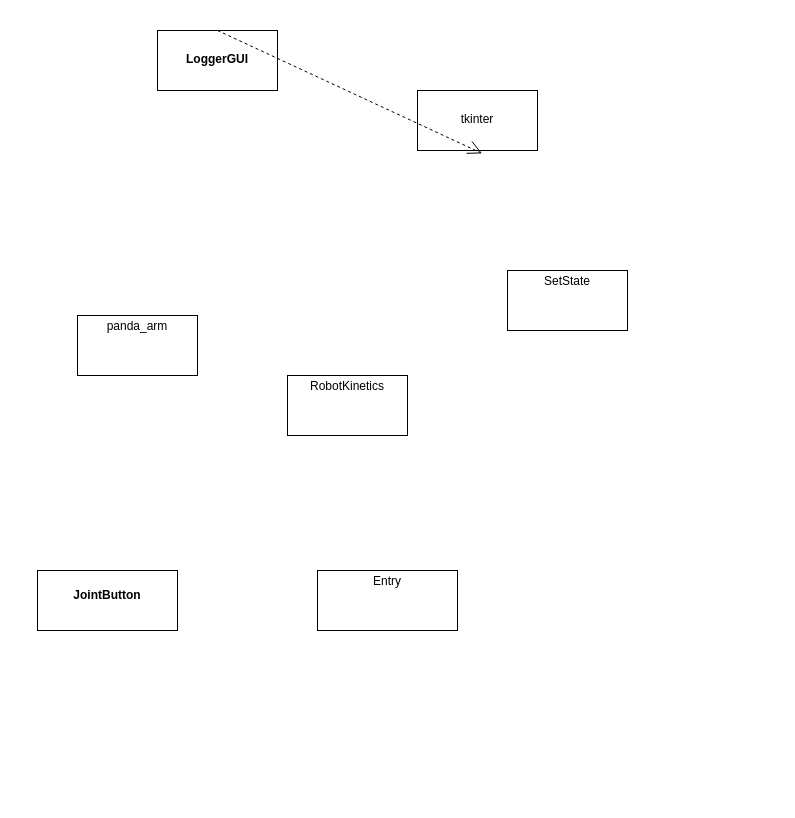
This is exp-py/panda-arm/rough_design.drawio from ksdngz/robo-sim, a draw.io file, before an edit. Source tidied: cells renumbered, new cells numbered last; positions are measured from the earlier drawing's top-left corner, leaving out a move shared by most shapes. Both pictures are drawn from the tidied source at 100%, with x=0, y=0 at pixel (37, 30).
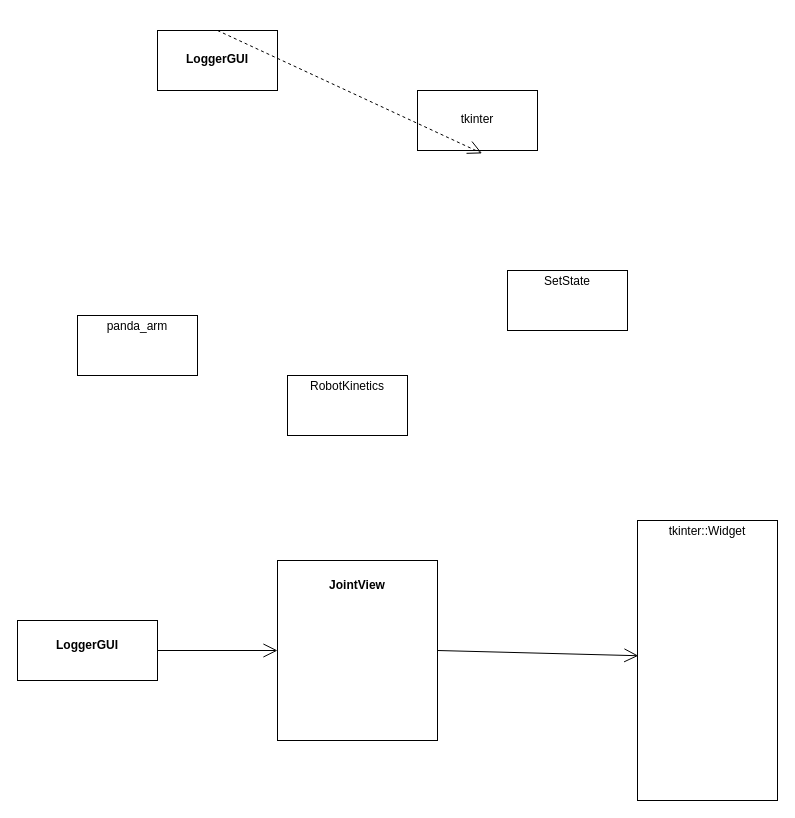
After the change.

Commit message (it also covers changes not shown here):
Added joint views in LoggerGUI

Change to the diagram source:
```diff
@@
 <mxGraphModel>
   <root>
     <mxCell id="0" />
     <mxCell id="1" parent="0" />
     <mxCell id="2" value="&lt;p style=&quot;margin:0px;margin-top:4px;text-align:center;&quot;&gt;&lt;b&gt;&lt;br&gt;&lt;/b&gt;&lt;/p&gt;&lt;p style=&quot;margin:0px;margin-top:4px;text-align:center;&quot;&gt;&lt;b&gt;LoggerGUI&lt;br&gt;&lt;/b&gt;&lt;/p&gt;" style="verticalAlign=top;align=left;overflow=fill;html=1;whiteSpace=wrap;" parent="1" vertex="1">
       <mxGeometry x="120" width="120" height="60" as="geometry" />
     </mxCell>
     <mxCell id="3" value="&lt;p style=&quot;margin:0px;margin-top:4px;text-align:center;&quot;&gt;&lt;br&gt;&lt;/p&gt;&lt;p style=&quot;margin:0px;margin-top:4px;text-align:center;&quot;&gt;tkinter&lt;/p&gt;&lt;p style=&quot;margin:0px;margin-top:4px;text-align:center;&quot;&gt;&lt;br&gt;&lt;/p&gt;" style="verticalAlign=top;align=left;overflow=fill;html=1;whiteSpace=wrap;" parent="1" vertex="1">
       <mxGeometry x="380" y="60" width="120" height="60" as="geometry" />
     </mxCell>
     <mxCell id="4" value="&lt;div&gt;&lt;br&gt;&lt;/div&gt;&lt;div&gt;&lt;br&gt;&lt;/div&gt;" style="endArrow=open;endSize=12;dashed=1;html=1;rounded=0;entryX=0.538;entryY=1.048;entryDx=0;entryDy=0;entryPerimeter=0;exitX=0.5;exitY=0;exitDx=0;exitDy=0;" parent="1" edge="1" source="2" target="3">
       <mxGeometry relative="1" as="geometry" />
     </mxCell>
     <mxCell id="5" value="&lt;p style=&quot;margin:0px;margin-top:4px;text-align:center;&quot;&gt;SetState&lt;/p&gt;" style="verticalAlign=top;align=left;overflow=fill;html=1;whiteSpace=wrap;" parent="1" vertex="1">
       <mxGeometry x="470" y="240" width="120" height="60" as="geometry" />
     </mxCell>
     <mxCell id="6" value="&lt;p style=&quot;margin:0px;margin-top:4px;text-align:center;&quot;&gt;panda_arm&lt;/p&gt;" style="verticalAlign=top;align=left;overflow=fill;html=1;whiteSpace=wrap;" parent="1" vertex="1">
       <mxGeometry x="40" y="285" width="120" height="60" as="geometry" />
     </mxCell>
     <mxCell id="7" value="&lt;p style=&quot;margin:0px;margin-top:4px;text-align:center;&quot;&gt;RobotKinetics&lt;/p&gt;" style="verticalAlign=top;align=left;overflow=fill;html=1;whiteSpace=wrap;" parent="1" vertex="1">
       <mxGeometry x="250" y="345" width="120" height="60" as="geometry" />
     </mxCell>
-    <mxCell id="8" value="&lt;p style=&quot;margin:0px;margin-top:4px;text-align:center;&quot;&gt;&lt;br&gt;&lt;b&gt;JointButton&lt;/b&gt;&lt;/p&gt;" style="verticalAlign=top;align=left;overflow=fill;html=1;whiteSpace=wrap;" parent="1" vertex="1">
-      <mxGeometry y="540" width="140" height="60" as="geometry" />
+    <mxCell id="8" value="&lt;p style=&quot;margin:0px;margin-top:4px;text-align:center;&quot;&gt;&lt;br&gt;&lt;b&gt;JointView&lt;/b&gt;&lt;/p&gt;" style="verticalAlign=top;align=left;overflow=fill;html=1;whiteSpace=wrap;" parent="1" vertex="1">
+      <mxGeometry x="240" y="530" width="160" height="180" as="geometry" />
     </mxCell>
-    <mxCell id="9" value="&lt;p style=&quot;margin:0px;margin-top:4px;text-align:center;&quot;&gt;Entry&lt;/p&gt;" style="verticalAlign=top;align=left;overflow=fill;html=1;whiteSpace=wrap;" parent="1" vertex="1">
-      <mxGeometry x="280" y="540" width="140" height="60" as="geometry" />
+    <mxCell id="9" value="&lt;p style=&quot;margin:0px;margin-top:4px;text-align:center;&quot;&gt;tkinter::Widget&lt;/p&gt;" style="verticalAlign=top;align=left;overflow=fill;html=1;whiteSpace=wrap;" parent="1" vertex="1">
+      <mxGeometry x="600" y="490" width="140" height="280" as="geometry" />
     </mxCell>
+    <mxCell id="10" value="&lt;p style=&quot;margin:0px;margin-top:4px;text-align:center;&quot;&gt;&lt;br&gt;&lt;b&gt;LoggerGUI&lt;/b&gt;&lt;/p&gt;" style="verticalAlign=top;align=left;overflow=fill;html=1;whiteSpace=wrap;" parent="1" vertex="1">
+      <mxGeometry x="-20" y="590" width="140" height="60" as="geometry" />
+    </mxCell>
+    <mxCell id="11" style="endArrow=open;endFill=1;endSize=12;html=1;rounded=0;entryX=0;entryY=0.5;entryDx=0;entryDy=0;exitX=1;exitY=0.5;exitDx=0;exitDy=0;" parent="1" edge="1" source="10" target="8">
+      <mxGeometry relative="1" as="geometry" />
+    </mxCell>
+    <mxCell id="12" style="endArrow=open;endFill=1;endSize=12;html=1;rounded=0;entryX=0.006;entryY=0.483;entryDx=0;entryDy=0;exitX=1;exitY=0.5;exitDx=0;exitDy=0;entryPerimeter=0;" parent="1" edge="1" source="8" target="9">
+      <mxGeometry relative="1" as="geometry" />
+    </mxCell>
   </root>
 </mxGraphModel>
```
